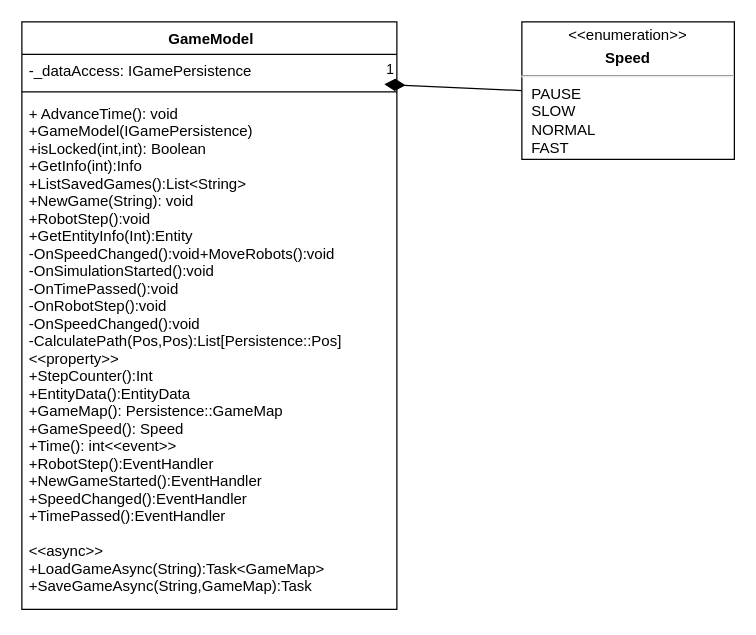
This is documents/uml/Model.drawio from Toncsimoncsi/Inventory-Management-System, a draw.io file, before an edit. Source tidied: cells renumbered, new cells numbered last; positions are measured from the earlier drawing's top-left corner, leaving out a move shared by most shapes. Both pictures are drawn from the tidied source at 125%, with x=0, y=0 at pixel (21, 21).
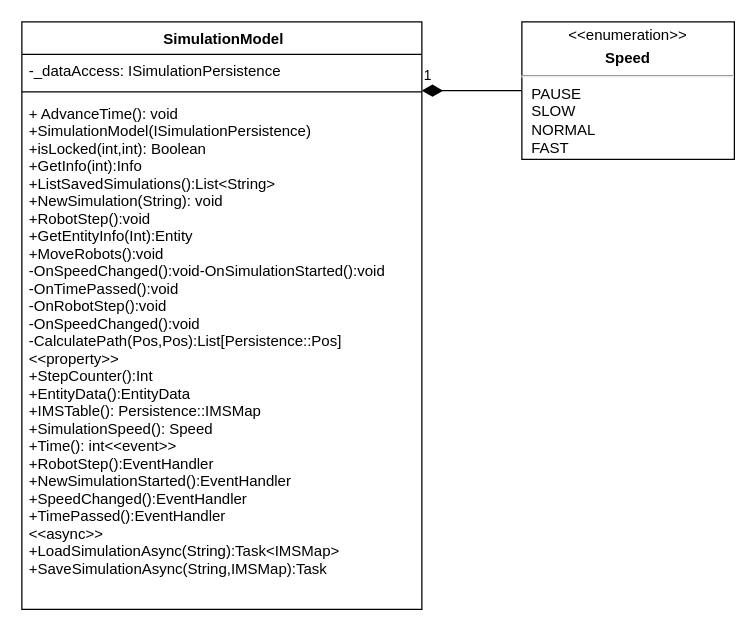
After the change.

The edit, as a diff of the source:
```diff
@@
 <mxGraphModel>
   <root>
     <mxCell id="0" />
     <mxCell id="1" parent="0" />
-    <mxCell id="2" value=" GameModel&#10;" style="swimlane;fontStyle=1;align=center;verticalAlign=top;horizontal=1;startSize=26;" parent="1" vertex="1">
-      <mxGeometry width="300" height="470" as="geometry" />
+    <mxCell id="2" value=" SimulationModel&#10;" style="swimlane;fontStyle=1;align=center;verticalAlign=top;horizontal=1;startSize=26;" parent="1" vertex="1">
+      <mxGeometry width="320" height="470" as="geometry" />
     </mxCell>
-    <mxCell id="3" value="-_dataAccess: IGamePersistence&#10;" style="text;strokeColor=none;fillColor=none;align=left;verticalAlign=top;spacingLeft=4;spacingRight=4;overflow=hidden;" parent="2" vertex="1">
-      <mxGeometry y="26" width="300" height="26" as="geometry" />
+    <mxCell id="3" value="-_dataAccess: ISimulationPersistence&#10;" style="text;strokeColor=none;fillColor=none;align=left;verticalAlign=top;spacingLeft=4;spacingRight=4;overflow=hidden;" parent="2" vertex="1">
+      <mxGeometry y="26" width="320" height="26" as="geometry" />
     </mxCell>
     <mxCell id="4" style="line;strokeWidth=1;fillColor=none;align=left;verticalAlign=middle;spacingTop=-1;spacingLeft=3;spacingRight=3;labelPosition=right;points=[];portConstraint=eastwest;" parent="2" vertex="1">
-      <mxGeometry y="52" width="300" height="8" as="geometry" />
+      <mxGeometry y="52" width="320" height="8" as="geometry" />
     </mxCell>
-    <mxCell id="5" value="+ AdvanceTime(): void&#10;+GameModel(IGamePersistence)&#10;+isLocked(int,int): Boolean&#10;+GetInfo(int):Info&#10;+ListSavedGames():List&lt;String&gt;&#10;+NewGame(String): void&#10;+RobotStep():void&#10;+GetEntityInfo(Int):Entity&#10;-OnSpeedChanged():void+MoveRobots():void&#10;-OnSimulationStarted():void&#10;-OnTimePassed():void&#10;-OnRobotStep():void&#10;-OnSpeedChanged():void&#10;-CalculatePath(Pos,Pos):List[Persistence::Pos]&#10;&lt;&lt;property&gt;&gt;&#10;+StepCounter():Int&#10;+EntityData():EntityData&#10;+GameMap(): Persistence::GameMap&#10;+GameSpeed(): Speed&#10;+Time(): int&lt;&lt;event&gt;&gt;&#10;+RobotStep():EventHandler&#10;+NewGameStarted():EventHandler&#10;+SpeedChanged():EventHandler&#10;+TimePassed():EventHandler&#10;&#10;&lt;&lt;async&gt;&gt;&#10;+LoadGameAsync(String):Task&lt;GameMap&gt;&#10;+SaveGameAsync(String,GameMap):Task&#10;" style="text;strokeColor=none;fillColor=none;align=left;verticalAlign=top;spacingLeft=4;spacingRight=4;overflow=hidden;" parent="2" vertex="1">
-      <mxGeometry y="60" width="300" height="410" as="geometry" />
+    <mxCell id="5" value="+ AdvanceTime(): void&#10;+SimulationModel(ISimulationPersistence)&#10;+isLocked(int,int): Boolean&#10;+GetInfo(int):Info&#10;+ListSavedSimulations():List&lt;String&gt;&#10;+NewSimulation(String): void&#10;+RobotStep():void&#10;+GetEntityInfo(Int):Entity&#10;+MoveRobots():void&#10;-OnSpeedChanged():void-OnSimulationStarted():void&#10;-OnTimePassed():void&#10;-OnRobotStep():void&#10;-OnSpeedChanged():void&#10;-CalculatePath(Pos,Pos):List[Persistence::Pos]&#10;&lt;&lt;property&gt;&gt;&#10;+StepCounter():Int&#10;+EntityData():EntityData&#10;+IMSTable(): Persistence::IMSMap&#10;+SimulationSpeed(): Speed&#10;+Time(): int&lt;&lt;event&gt;&gt;&#10;+RobotStep():EventHandler&#10;+NewSimulationStarted():EventHandler&#10;+SpeedChanged():EventHandler&#10;+TimePassed():EventHandler&#10;&lt;&lt;async&gt;&gt;&#10;+LoadSimulationAsync(String):Task&lt;IMSMap&gt;&#10;+SaveSimulationAsync(String,IMSMap):Task&#10;" style="text;strokeColor=none;fillColor=none;align=left;verticalAlign=top;spacingLeft=4;spacingRight=4;overflow=hidden;" parent="2" vertex="1">
+      <mxGeometry y="60" width="320" height="410" as="geometry" />
     </mxCell>
     <mxCell id="6" value="&lt;p style=&quot;margin: 4px 0px 0px; text-align: center;&quot;&gt;&amp;lt;&amp;lt;enumeration&amp;gt;&amp;gt;&lt;/p&gt;&lt;p style=&quot;margin: 4px 0px 0px; text-align: center;&quot;&gt;&lt;b&gt;Speed&lt;br&gt;&lt;/b&gt;&lt;/p&gt;&lt;hr&gt;&lt;p style=&quot;margin: 0px ; margin-left: 8px&quot;&gt;PAUSE&lt;br&gt;SLOW&lt;br&gt;NORMAL&lt;/p&gt;&lt;p style=&quot;margin: 0px ; margin-left: 8px&quot;&gt;FAST&lt;/p&gt;&lt;p style=&quot;margin: 0px ; margin-left: 8px&quot;&gt;&lt;br&gt;&lt;/p&gt;" style="verticalAlign=top;align=left;overflow=fill;fontSize=12;fontFamily=Helvetica;html=1;fontStyle=0;" parent="1" vertex="1">
       <mxGeometry x="400" width="170" height="110" as="geometry" />
     </mxCell>
-    <mxCell id="7" value="1" style="endArrow=none;html=1;endSize=12;startArrow=diamondThin;startSize=14;startFill=1;align=left;verticalAlign=bottom;entryX=0;entryY=0.5;entryDx=0;entryDy=0;endFill=0;" parent="1" edge="1" target="6">
-      <mxGeometry x="-1" y="3" relative="1" as="geometry">
-        <mxPoint x="290" y="50" as="sourcePoint" />
-      </mxGeometry>
+    <mxCell id="7" value="1" style="endArrow=none;html=1;endSize=12;startArrow=diamondThin;startSize=14;startFill=1;align=left;verticalAlign=bottom;entryX=0;entryY=0.5;entryDx=0;entryDy=0;endFill=0;exitX=1;exitY=0.375;exitDx=0;exitDy=0;exitPerimeter=0;" parent="1" edge="1" source="4" target="6">
+      <mxGeometry x="-1" y="3" relative="1" as="geometry" />
     </mxCell>
   </root>
 </mxGraphModel>
```
